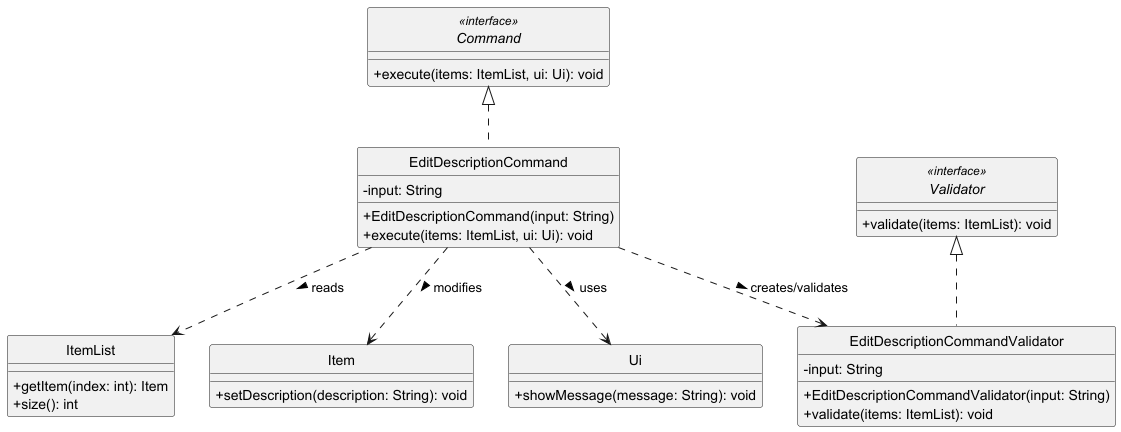
Earlier version of the PlantUML export docs/diagrams/EditDescriptionCommandClassDiagram.png (adbsw/tp).
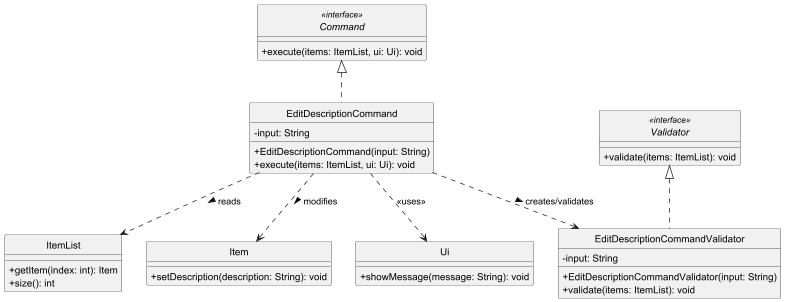
Above is the later version.

What changed in the source:
```diff
@@ -42,6 +42,6 @@
 EditDescriptionCommand ..> EditDescriptionCommandValidator : creates/validates >
 EditDescriptionCommand ..> ItemList : reads >
 EditDescriptionCommand ..> Item : modifies >
-EditDescriptionCommand ..> Ui : uses >
+EditDescriptionCommand ..> Ui : <<uses>>
 
 @enduml
```
